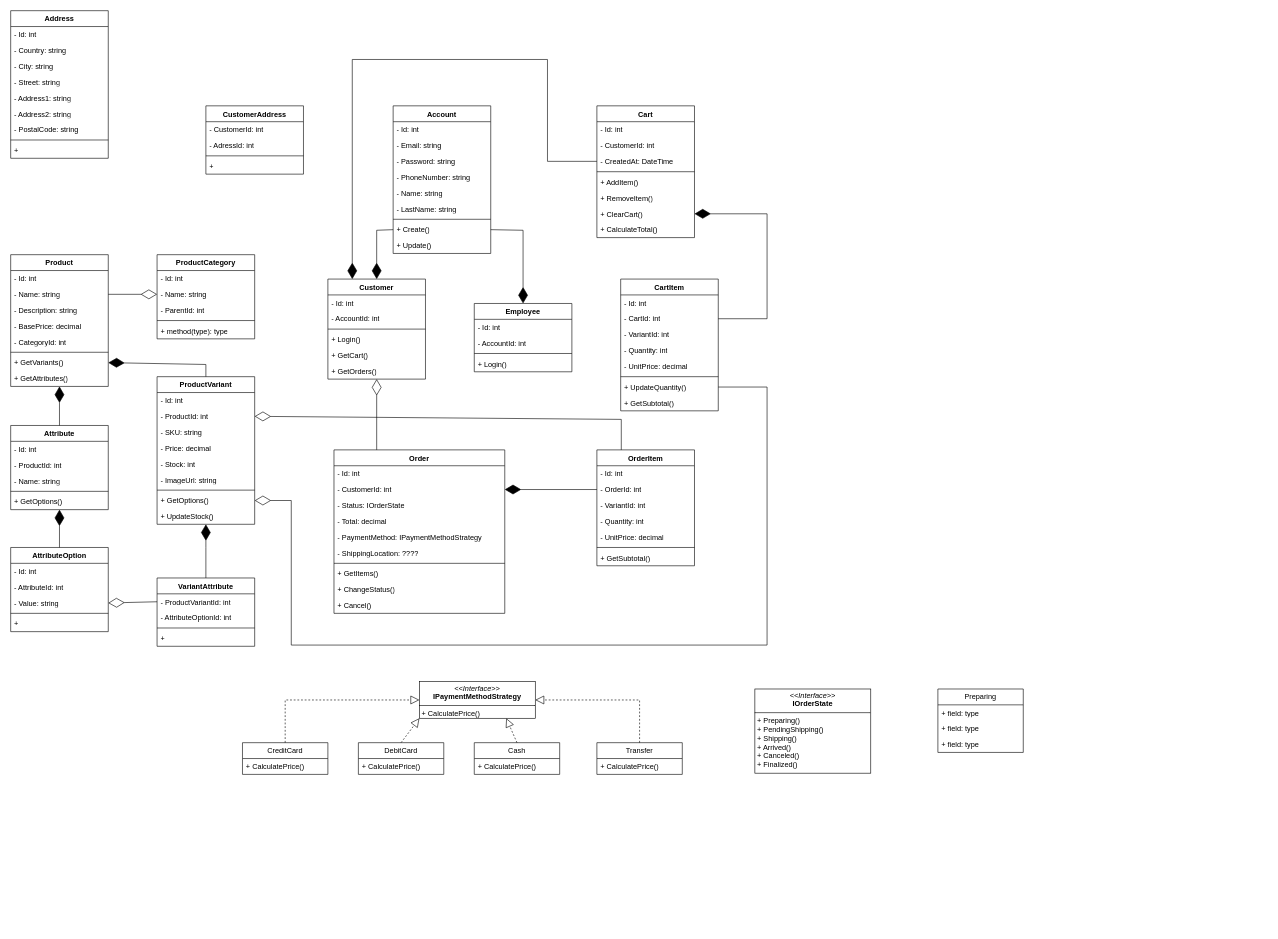
Francisco-Galea/Diagramas-y-Otros keeps this draw.io diagram as Ecommerce diagramm.drawio. Above is the earlier version. Source tidied: cells renumbered, new cells numbered last; positions are measured from the earlier drawing's top-left corner, leaving out a move shared by most shapes. Both pictures are drawn from the tidied source at 61%, with x=0, y=0 at pixel (10, 10).
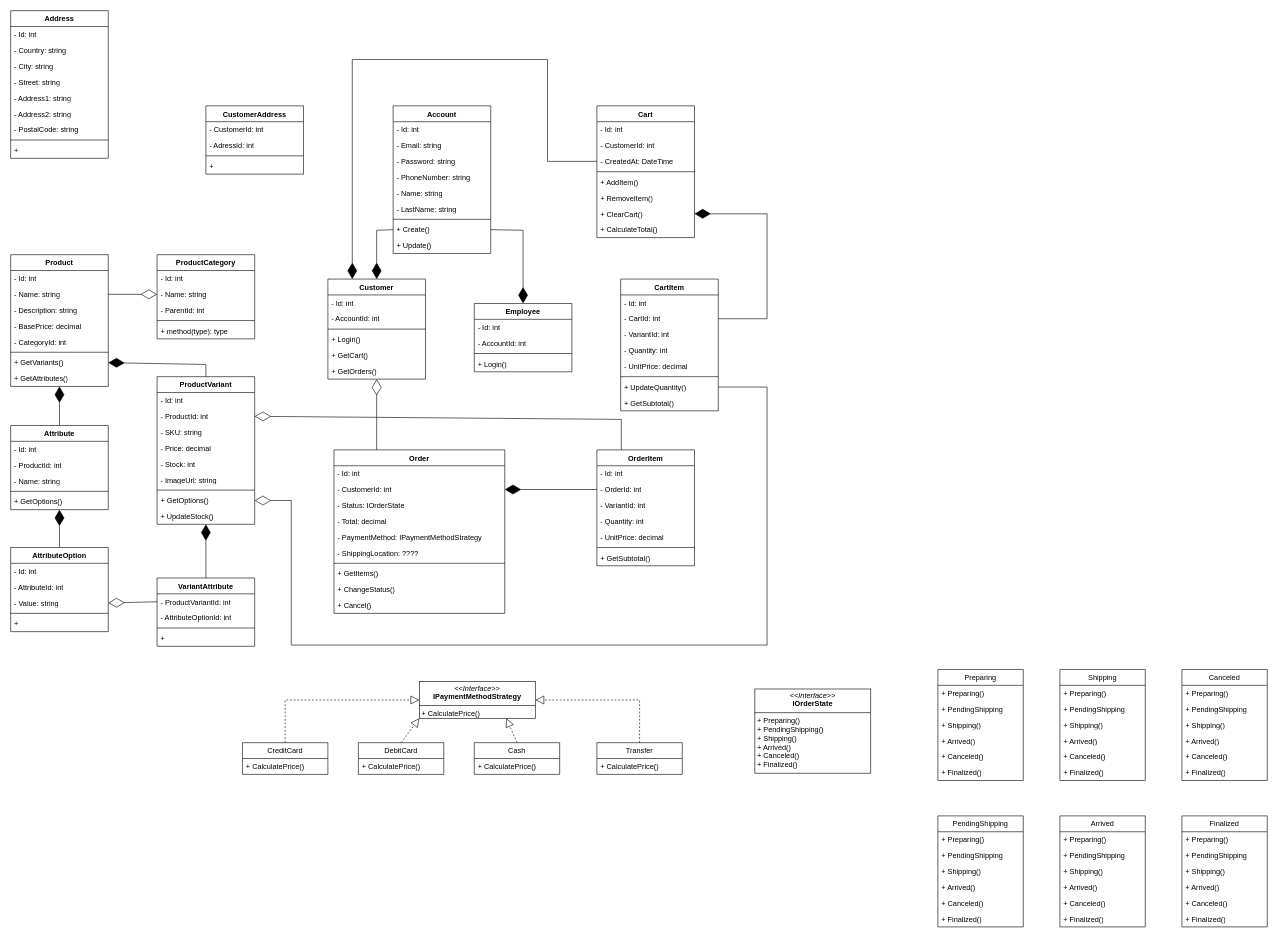
After the change.

Commit message:
Actualizar Ecommerce diagram.drawio

Diff of the diagram source:
```diff
@@
     <mxCell id="146" value="Preparing" style="swimlane;fontStyle=0;horizontal=1;startSize=26;fillColor=none;whiteSpace=wrap;html=1;" parent="1" vertex="1">
-      <mxGeometry x="1520" y="1112" width="140" height="104" as="geometry" />
+      <mxGeometry x="1520" y="1080" width="140" height="182" as="geometry" />
     </mxCell>
-    <mxCell id="147" value="+ field: type" style="text;strokeColor=none;fillColor=none;align=left;verticalAlign=top;spacingLeft=4;spacingRight=4;overflow=hidden;whiteSpace=wrap;html=1;" parent="146" vertex="1">
+    <mxCell id="147" value="+ Preparing()" style="text;strokeColor=none;fillColor=none;align=left;verticalAlign=top;spacingLeft=4;spacingRight=4;overflow=hidden;whiteSpace=wrap;html=1;" parent="146" vertex="1">
       <mxGeometry y="26" width="140" height="26" as="geometry" />
     </mxCell>
-    <mxCell id="148" value="+ field: type" style="text;strokeColor=none;fillColor=none;align=left;verticalAlign=top;spacingLeft=4;spacingRight=4;overflow=hidden;whiteSpace=wrap;html=1;" parent="146" vertex="1">
+    <mxCell id="148" value="+ PendingShipping" style="text;strokeColor=none;fillColor=none;align=left;verticalAlign=top;spacingLeft=4;spacingRight=4;overflow=hidden;whiteSpace=wrap;html=1;" parent="146" vertex="1">
       <mxGeometry y="52" width="140" height="26" as="geometry" />
     </mxCell>
-    <mxCell id="149" value="+ field: type" style="text;strokeColor=none;fillColor=none;align=left;verticalAlign=top;spacingLeft=4;spacingRight=4;overflow=hidden;whiteSpace=wrap;html=1;" parent="146" vertex="1">
+    <mxCell id="149" value="+ Shipping()" style="text;strokeColor=none;fillColor=none;align=left;verticalAlign=top;spacingLeft=4;spacingRight=4;overflow=hidden;whiteSpace=wrap;html=1;" parent="146" vertex="1">
       <mxGeometry y="78" width="140" height="26" as="geometry" />
     </mxCell>
+    <mxCell id="150" value="+ Arrived()" style="text;strokeColor=none;fillColor=none;align=left;verticalAlign=top;spacingLeft=4;spacingRight=4;overflow=hidden;whiteSpace=wrap;html=1;" parent="146" vertex="1">
+      <mxGeometry y="104" width="140" height="26" as="geometry" />
+    </mxCell>
+    <mxCell id="151" value="+ Canceled()" style="text;strokeColor=none;fillColor=none;align=left;verticalAlign=top;spacingLeft=4;spacingRight=4;overflow=hidden;whiteSpace=wrap;html=1;" parent="146" vertex="1">
+      <mxGeometry y="130" width="140" height="26" as="geometry" />
+    </mxCell>
+    <mxCell id="152" value="+ Finalized()" style="text;strokeColor=none;fillColor=none;align=left;verticalAlign=top;spacingLeft=4;spacingRight=4;overflow=hidden;whiteSpace=wrap;html=1;" parent="146" vertex="1">
+      <mxGeometry y="156" width="140" height="26" as="geometry" />
+    </mxCell>
+    <mxCell id="153" value="PendingShipping" style="swimlane;fontStyle=0;horizontal=1;startSize=26;fillColor=none;whiteSpace=wrap;html=1;" parent="1" vertex="1">
+      <mxGeometry x="1520" y="1320" width="140" height="182" as="geometry" />
+    </mxCell>
+    <mxCell id="154" value="+ Preparing()" style="text;strokeColor=none;fillColor=none;align=left;verticalAlign=top;spacingLeft=4;spacingRight=4;overflow=hidden;whiteSpace=wrap;html=1;" parent="153" vertex="1">
+      <mxGeometry y="26" width="140" height="26" as="geometry" />
+    </mxCell>
+    <mxCell id="155" value="+ PendingShipping" style="text;strokeColor=none;fillColor=none;align=left;verticalAlign=top;spacingLeft=4;spacingRight=4;overflow=hidden;whiteSpace=wrap;html=1;" parent="153" vertex="1">
+      <mxGeometry y="52" width="140" height="26" as="geometry" />
+    </mxCell>
+    <mxCell id="156" value="+ Shipping()" style="text;strokeColor=none;fillColor=none;align=left;verticalAlign=top;spacingLeft=4;spacingRight=4;overflow=hidden;whiteSpace=wrap;html=1;" parent="153" vertex="1">
+      <mxGeometry y="78" width="140" height="26" as="geometry" />
+    </mxCell>
+    <mxCell id="157" value="+ Arrived()" style="text;strokeColor=none;fillColor=none;align=left;verticalAlign=top;spacingLeft=4;spacingRight=4;overflow=hidden;whiteSpace=wrap;html=1;" parent="153" vertex="1">
+      <mxGeometry y="104" width="140" height="26" as="geometry" />
+    </mxCell>
+    <mxCell id="158" value="+ Canceled()" style="text;strokeColor=none;fillColor=none;align=left;verticalAlign=top;spacingLeft=4;spacingRight=4;overflow=hidden;whiteSpace=wrap;html=1;" parent="153" vertex="1">
+      <mxGeometry y="130" width="140" height="26" as="geometry" />
+    </mxCell>
+    <mxCell id="159" value="+ Finalized()" style="text;strokeColor=none;fillColor=none;align=left;verticalAlign=top;spacingLeft=4;spacingRight=4;overflow=hidden;whiteSpace=wrap;html=1;" parent="153" vertex="1">
+      <mxGeometry y="156" width="140" height="26" as="geometry" />
+    </mxCell>
+    <mxCell id="160" value="Shipping" style="swimlane;fontStyle=0;horizontal=1;startSize=26;fillColor=none;whiteSpace=wrap;html=1;" parent="1" vertex="1">
+      <mxGeometry x="1720" y="1080" width="140" height="182" as="geometry" />
+    </mxCell>
+    <mxCell id="161" value="+ Preparing()" style="text;strokeColor=none;fillColor=none;align=left;verticalAlign=top;spacingLeft=4;spacingRight=4;overflow=hidden;whiteSpace=wrap;html=1;" parent="160" vertex="1">
+      <mxGeometry y="26" width="140" height="26" as="geometry" />
+    </mxCell>
+    <mxCell id="162" value="+ PendingShipping" style="text;strokeColor=none;fillColor=none;align=left;verticalAlign=top;spacingLeft=4;spacingRight=4;overflow=hidden;whiteSpace=wrap;html=1;" parent="160" vertex="1">
+      <mxGeometry y="52" width="140" height="26" as="geometry" />
+    </mxCell>
+    <mxCell id="163" value="+ Shipping()" style="text;strokeColor=none;fillColor=none;align=left;verticalAlign=top;spacingLeft=4;spacingRight=4;overflow=hidden;whiteSpace=wrap;html=1;" parent="160" vertex="1">
+      <mxGeometry y="78" width="140" height="26" as="geometry" />
+    </mxCell>
+    <mxCell id="164" value="+ Arrived()" style="text;strokeColor=none;fillColor=none;align=left;verticalAlign=top;spacingLeft=4;spacingRight=4;overflow=hidden;whiteSpace=wrap;html=1;" parent="160" vertex="1">
+      <mxGeometry y="104" width="140" height="26" as="geometry" />
+    </mxCell>
+    <mxCell id="165" value="+ Canceled()" style="text;strokeColor=none;fillColor=none;align=left;verticalAlign=top;spacingLeft=4;spacingRight=4;overflow=hidden;whiteSpace=wrap;html=1;" parent="160" vertex="1">
+      <mxGeometry y="130" width="140" height="26" as="geometry" />
+    </mxCell>
+    <mxCell id="166" value="+ Finalized()" style="text;strokeColor=none;fillColor=none;align=left;verticalAlign=top;spacingLeft=4;spacingRight=4;overflow=hidden;whiteSpace=wrap;html=1;" parent="160" vertex="1">
+      <mxGeometry y="156" width="140" height="26" as="geometry" />
+    </mxCell>
+    <mxCell id="167" value="Arrived" style="swimlane;fontStyle=0;horizontal=1;startSize=26;fillColor=none;whiteSpace=wrap;html=1;" parent="1" vertex="1">
+      <mxGeometry x="1720" y="1320" width="140" height="182" as="geometry" />
+    </mxCell>
+    <mxCell id="168" value="+ Preparing()" style="text;strokeColor=none;fillColor=none;align=left;verticalAlign=top;spacingLeft=4;spacingRight=4;overflow=hidden;whiteSpace=wrap;html=1;" parent="167" vertex="1">
+      <mxGeometry y="26" width="140" height="26" as="geometry" />
+    </mxCell>
+    <mxCell id="169" value="+ PendingShipping" style="text;strokeColor=none;fillColor=none;align=left;verticalAlign=top;spacingLeft=4;spacingRight=4;overflow=hidden;whiteSpace=wrap;html=1;" parent="167" vertex="1">
+      <mxGeometry y="52" width="140" height="26" as="geometry" />
+    </mxCell>
+    <mxCell id="170" value="+ Shipping()" style="text;strokeColor=none;fillColor=none;align=left;verticalAlign=top;spacingLeft=4;spacingRight=4;overflow=hidden;whiteSpace=wrap;html=1;" parent="167" vertex="1">
+      <mxGeometry y="78" width="140" height="26" as="geometry" />
+    </mxCell>
+    <mxCell id="171" value="+ Arrived()" style="text;strokeColor=none;fillColor=none;align=left;verticalAlign=top;spacingLeft=4;spacingRight=4;overflow=hidden;whiteSpace=wrap;html=1;" parent="167" vertex="1">
+      <mxGeometry y="104" width="140" height="26" as="geometry" />
+    </mxCell>
+    <mxCell id="172" value="+ Canceled()" style="text;strokeColor=none;fillColor=none;align=left;verticalAlign=top;spacingLeft=4;spacingRight=4;overflow=hidden;whiteSpace=wrap;html=1;" parent="167" vertex="1">
+      <mxGeometry y="130" width="140" height="26" as="geometry" />
+    </mxCell>
+    <mxCell id="173" value="+ Finalized()" style="text;strokeColor=none;fillColor=none;align=left;verticalAlign=top;spacingLeft=4;spacingRight=4;overflow=hidden;whiteSpace=wrap;html=1;" parent="167" vertex="1">
+      <mxGeometry y="156" width="140" height="26" as="geometry" />
+    </mxCell>
+    <mxCell id="174" value="Canceled" style="swimlane;fontStyle=0;horizontal=1;startSize=26;fillColor=none;whiteSpace=wrap;html=1;" parent="1" vertex="1">
+      <mxGeometry x="1920" y="1080" width="140" height="182" as="geometry" />
+    </mxCell>
+    <mxCell id="175" value="+ Preparing()" style="text;strokeColor=none;fillColor=none;align=left;verticalAlign=top;spacingLeft=4;spacingRight=4;overflow=hidden;whiteSpace=wrap;html=1;" parent="174" vertex="1">
+      <mxGeometry y="26" width="140" height="26" as="geometry" />
+    </mxCell>
+    <mxCell id="176" value="+ PendingShipping" style="text;strokeColor=none;fillColor=none;align=left;verticalAlign=top;spacingLeft=4;spacingRight=4;overflow=hidden;whiteSpace=wrap;html=1;" parent="174" vertex="1">
+      <mxGeometry y="52" width="140" height="26" as="geometry" />
+    </mxCell>
+    <mxCell id="177" value="+ Shipping()" style="text;strokeColor=none;fillColor=none;align=left;verticalAlign=top;spacingLeft=4;spacingRight=4;overflow=hidden;whiteSpace=wrap;html=1;" parent="174" vertex="1">
+      <mxGeometry y="78" width="140" height="26" as="geometry" />
+    </mxCell>
+    <mxCell id="178" value="+ Arrived()" style="text;strokeColor=none;fillColor=none;align=left;verticalAlign=top;spacingLeft=4;spacingRight=4;overflow=hidden;whiteSpace=wrap;html=1;" parent="174" vertex="1">
+      <mxGeometry y="104" width="140" height="26" as="geometry" />
+    </mxCell>
+    <mxCell id="179" value="+ Canceled()" style="text;strokeColor=none;fillColor=none;align=left;verticalAlign=top;spacingLeft=4;spacingRight=4;overflow=hidden;whiteSpace=wrap;html=1;" parent="174" vertex="1">
+      <mxGeometry y="130" width="140" height="26" as="geometry" />
+    </mxCell>
+    <mxCell id="180" value="+ Finalized()" style="text;strokeColor=none;fillColor=none;align=left;verticalAlign=top;spacingLeft=4;spacingRight=4;overflow=hidden;whiteSpace=wrap;html=1;" parent="174" vertex="1">
+      <mxGeometry y="156" width="140" height="26" as="geometry" />
+    </mxCell>
+    <mxCell id="181" value="Finalized" style="swimlane;fontStyle=0;horizontal=1;startSize=26;fillColor=none;whiteSpace=wrap;html=1;" parent="1" vertex="1">
+      <mxGeometry x="1920" y="1320" width="140" height="182" as="geometry" />
+    </mxCell>
+    <mxCell id="182" value="+ Preparing()" style="text;strokeColor=none;fillColor=none;align=left;verticalAlign=top;spacingLeft=4;spacingRight=4;overflow=hidden;whiteSpace=wrap;html=1;" parent="181" vertex="1">
+      <mxGeometry y="26" width="140" height="26" as="geometry" />
+    </mxCell>
+    <mxCell id="183" value="+ PendingShipping" style="text;strokeColor=none;fillColor=none;align=left;verticalAlign=top;spacingLeft=4;spacingRight=4;overflow=hidden;whiteSpace=wrap;html=1;" parent="181" vertex="1">
+      <mxGeometry y="52" width="140" height="26" as="geometry" />
+    </mxCell>
+    <mxCell id="184" value="+ Shipping()" style="text;strokeColor=none;fillColor=none;align=left;verticalAlign=top;spacingLeft=4;spacingRight=4;overflow=hidden;whiteSpace=wrap;html=1;" parent="181" vertex="1">
+      <mxGeometry y="78" width="140" height="26" as="geometry" />
+    </mxCell>
+    <mxCell id="185" value="+ Arrived()" style="text;strokeColor=none;fillColor=none;align=left;verticalAlign=top;spacingLeft=4;spacingRight=4;overflow=hidden;whiteSpace=wrap;html=1;" parent="181" vertex="1">
+      <mxGeometry y="104" width="140" height="26" as="geometry" />
+    </mxCell>
+    <mxCell id="186" value="+ Canceled()" style="text;strokeColor=none;fillColor=none;align=left;verticalAlign=top;spacingLeft=4;spacingRight=4;overflow=hidden;whiteSpace=wrap;html=1;" parent="181" vertex="1">
+      <mxGeometry y="130" width="140" height="26" as="geometry" />
+    </mxCell>
+    <mxCell id="187" value="+ Finalized()" style="text;strokeColor=none;fillColor=none;align=left;verticalAlign=top;spacingLeft=4;spacingRight=4;overflow=hidden;whiteSpace=wrap;html=1;" parent="181" vertex="1">
+      <mxGeometry y="156" width="140" height="26" as="geometry" />
+    </mxCell>
```
